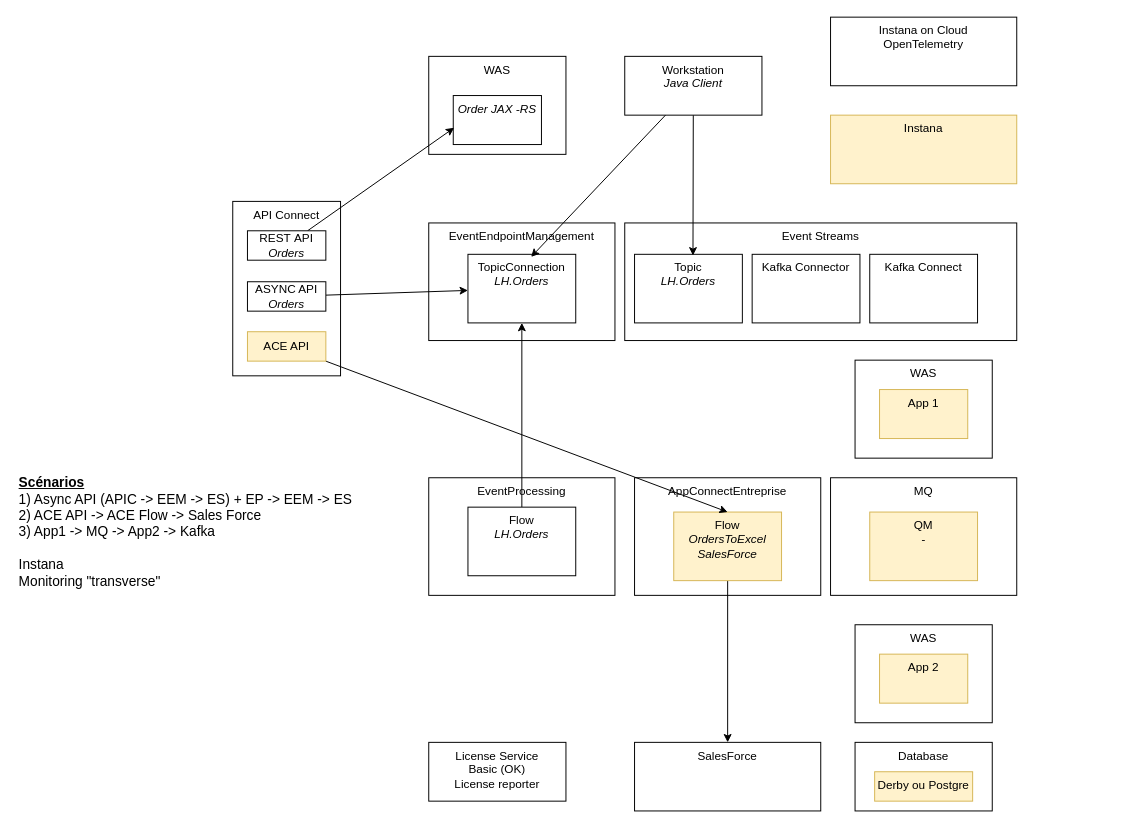
ADesprets/cp4i-install keeps this draw.io diagram as page "Architecture" (4 of 4) of doc/design.drawio. Above is the earlier version. Source tidied: cells renumbered, new cells numbered last; positions are measured from the earlier drawing's top-left corner, leaving out a move shared by most shapes. Both pictures are drawn from the tidied source at 98%, with x=0, y=0 at pixel (17, 17).
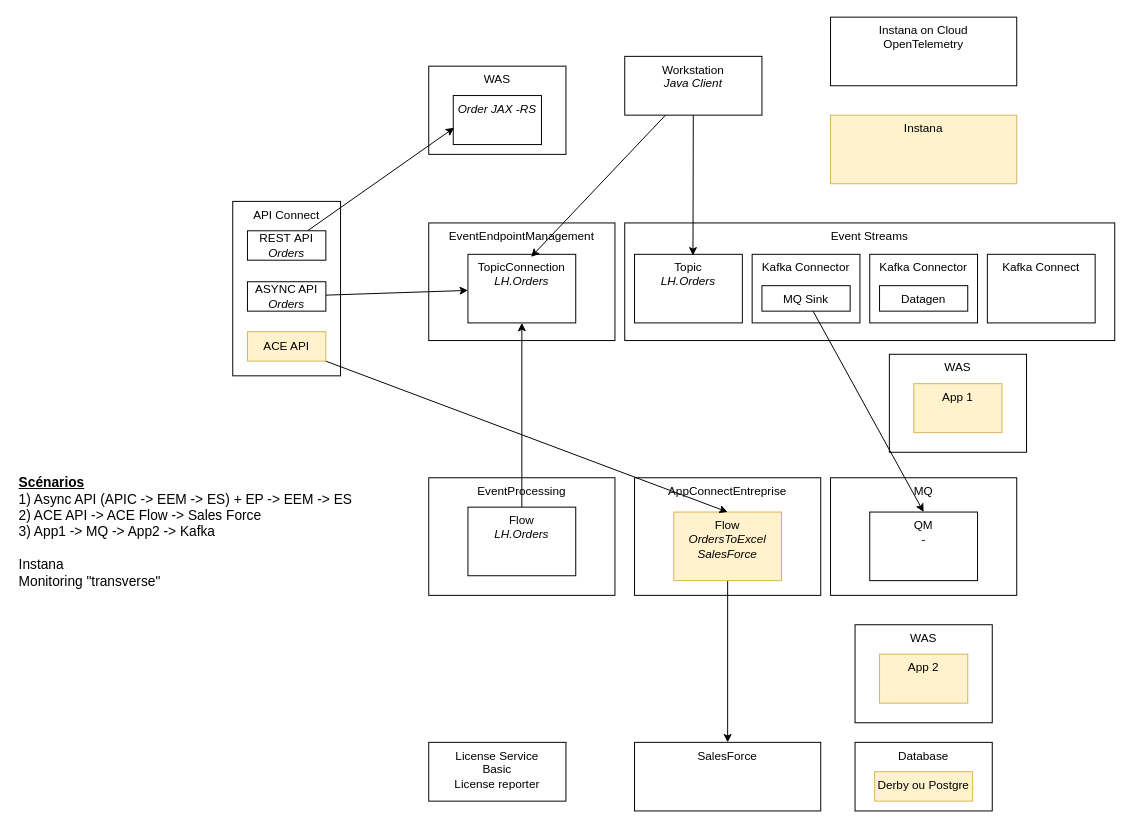
Above is the later version.

What changed in the source:
```diff
@@
     <mxCell id="2" value="WAS" style="rounded=0;whiteSpace=wrap;html=1;verticalAlign=top;" parent="1" vertex="1">
-      <mxGeometry x="420" y="40" width="140" height="100" as="geometry" />
+      <mxGeometry x="420" y="50" width="140" height="90" as="geometry" />
     </mxCell>
@@
     <mxCell id="4" value="Event Streams" style="rounded=0;whiteSpace=wrap;html=1;verticalAlign=top;" parent="1" vertex="1">
-      <mxGeometry x="620" y="210" width="400" height="120" as="geometry" />
+      <mxGeometry x="620" y="210" width="500" height="120" as="geometry" />
     </mxCell>
     <mxCell id="5" value="Kafka Connect" style="rounded=0;whiteSpace=wrap;html=1;verticalAlign=top;" parent="1" vertex="1">
-      <mxGeometry x="870" y="242" width="110" height="70" as="geometry" />
+      <mxGeometry x="990" y="242" width="110" height="70" as="geometry" />
     </mxCell>
@@
-    <mxCell id="22" value="QM&lt;div&gt;&lt;i&gt;-&lt;/i&gt;&lt;/div&gt;" style="rounded=0;whiteSpace=wrap;html=1;verticalAlign=top;fillColor=#fff2cc;strokeColor=#d6b656;" parent="1" vertex="1">
+    <mxCell id="22" value="QM&lt;div&gt;&lt;i&gt;-&lt;/i&gt;&lt;/div&gt;" style="rounded=0;whiteSpace=wrap;html=1;verticalAlign=top;" parent="1" vertex="1">
       <mxGeometry x="870" y="505" width="110" height="70" as="geometry" />
     </mxCell>
@@
     <mxCell id="24" value="WAS" style="rounded=0;whiteSpace=wrap;html=1;verticalAlign=top;" parent="1" vertex="1">
-      <mxGeometry x="855" y="350" width="140" height="100" as="geometry" />
+      <mxGeometry x="890" y="344" width="140" height="100" as="geometry" />
     </mxCell>
     <mxCell id="25" value="App 1" style="rounded=0;whiteSpace=wrap;html=1;verticalAlign=top;fillColor=#fff2cc;strokeColor=#d6b656;" parent="1" vertex="1">
-      <mxGeometry x="880" y="380" width="90" height="50" as="geometry" />
+      <mxGeometry x="915" y="374" width="90" height="50" as="geometry" />
     </mxCell>
@@
-    <mxCell id="37" value="License Service&lt;div&gt;Basic (OK)&lt;br&gt;&lt;div&gt;License reporter&lt;/div&gt;&lt;/div&gt;" style="rounded=0;whiteSpace=wrap;html=1;verticalAlign=top;" parent="1" vertex="1">
+    <mxCell id="37" value="License Service&lt;div&gt;Basic&lt;br&gt;&lt;div&gt;License reporter&lt;/div&gt;&lt;/div&gt;" style="rounded=0;whiteSpace=wrap;html=1;verticalAlign=top;" parent="1" vertex="1">
       <mxGeometry x="420" y="740" width="140" height="60" as="geometry" />
     </mxCell>
@@
+    <mxCell id="39" value="MQ Sink" style="rounded=0;whiteSpace=wrap;html=1;verticalAlign=top;" parent="1" vertex="1">
+      <mxGeometry x="760" y="274" width="90" height="26" as="geometry" />
+    </mxCell>
+    <mxCell id="40" style="rounded=0;jettySize=auto;html=1;entryX=0.5;entryY=0;entryDx=0;entryDy=0;" parent="1" edge="1" source="39" target="22">
+      <mxGeometry relative="1" as="geometry" />
+    </mxCell>
+    <mxCell id="41" value="Kafka Connector" style="rounded=0;whiteSpace=wrap;html=1;verticalAlign=top;" parent="1" vertex="1">
+      <mxGeometry x="870" y="242" width="110" height="70" as="geometry" />
+    </mxCell>
+    <mxCell id="42" value="Datagen" style="rounded=0;whiteSpace=wrap;html=1;verticalAlign=top;" parent="1" vertex="1">
+      <mxGeometry x="880" y="274" width="90" height="26" as="geometry" />
+    </mxCell>
```
